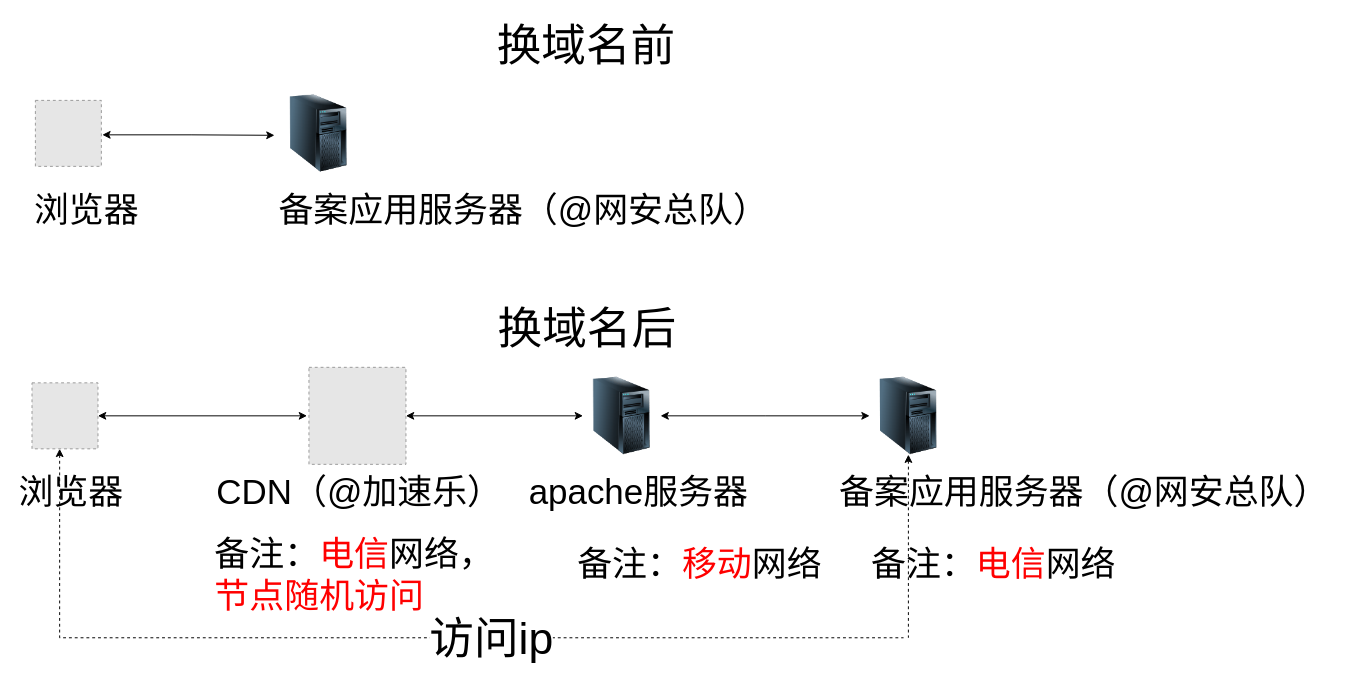
The draw.io diagram 未命名表单.drawio in wilburli/draw, before the edit. Source tidied: cells renumbered, new cells numbered last; positions are measured from the earlier drawing's top-left corner, leaving out a move shared by most shapes. Both pictures are drawn from the tidied source at 97%, with x=0, y=0 at pixel (16, 16). Pictures stored in the file or linked from it are replaced by grey dashed boxes.
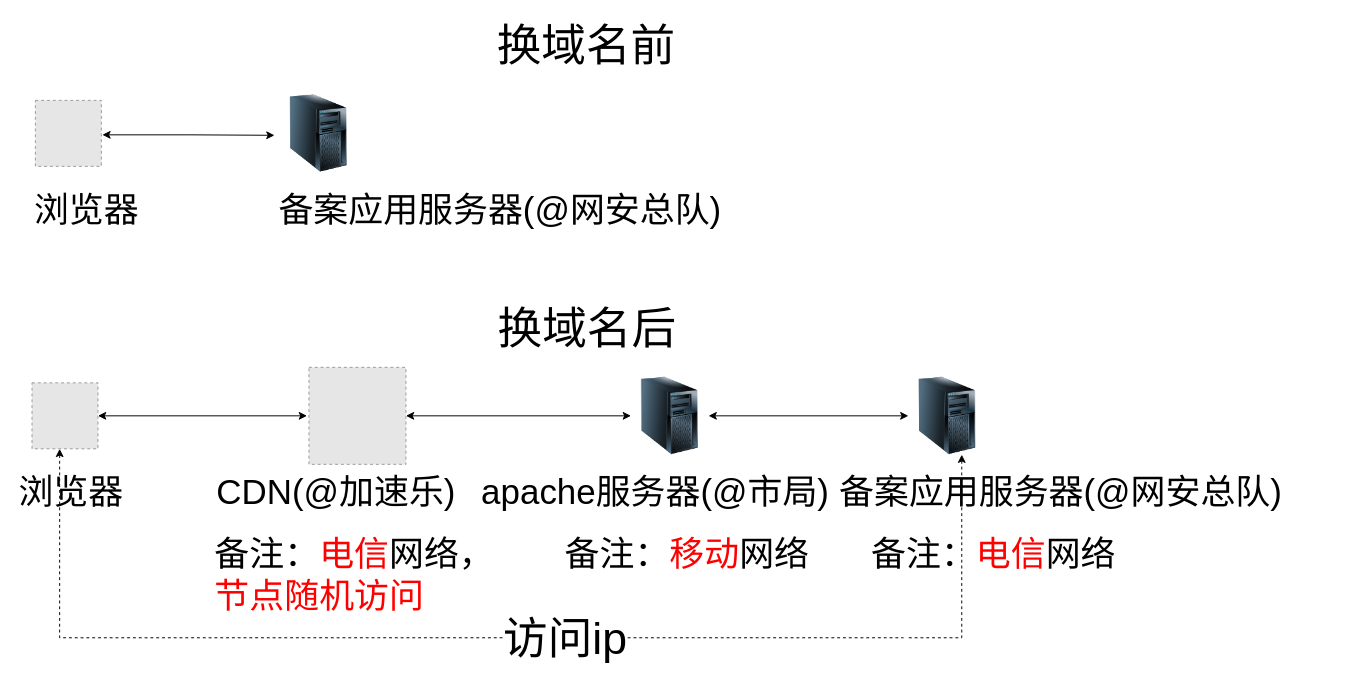
Above is the later version.

Commit message:
更新未命名表单2.drawio

The change refers to these unchanged cells:
```xml
<mxCell id="13" style="edgeStyle=elbowEdgeStyle;rounded=0;jettySize=auto;html=1;startArrow=classic;startFill=1;fontSize=46;endArrow=none;endFill=0;dashed=1;" parent="1" edge="1" source="15">
  <mxGeometry relative="1" as="geometry">
    <mxPoint x="914" y="640" as="targetPoint" />
    <Array as="points">
      <mxPoint x="44" y="660" />
      <mxPoint x="934" y="640" />
      <mxPoint x="964" y="690" />
    </Array>
  </mxGeometry>
</mxCell>
```

What changed in the source:
```diff
@@
-    <mxCell id="2" style="edgeStyle=orthogonalEdgeStyle;rounded=0;jettySize=auto;html=1;startArrow=classic;startFill=1;" parent="1" edge="1" source="3">
-      <mxGeometry relative="1" as="geometry">
-        <mxPoint x="879" y="411.2" as="targetPoint" />
-      </mxGeometry>
+    <mxCell id="2" style="edgeStyle=orthogonalEdgeStyle;rounded=0;jettySize=auto;html=1;startArrow=classic;startFill=1;entryX=0;entryY=0.5;entryDx=0;entryDy=0;" parent="1" edge="1" source="3" target="6">
+      <mxGeometry relative="1" as="geometry" />
     </mxCell>
     <mxCell id="3" style="image;html=1;labelBackgroundColor=#ffffff;image=img/lib/clip_art/computers/Server_Tower_128x128.png;" parent="1" vertex="1">
-      <mxGeometry x="583.5" y="371.2" width="80" height="80" as="geometry" />
+      <mxGeometry x="633" y="371.2" width="80" height="80" as="geometry" />
     </mxCell>
-    <mxCell id="4" value="apache服务器" style="text;html=1;align=left;verticalAlign=top;spacingTop=-4;fontSize=36;" parent="1" vertex="1">
-      <mxGeometry x="526" y="466.2" width="240" height="40" as="geometry" />
+    <mxCell id="4" value="apache服务器(@市局)" style="text;html=1;align=left;verticalAlign=top;spacingTop=-4;fontSize=36;" parent="1" vertex="1">
+      <mxGeometry x="476.5" y="466.2" width="370" height="40" as="geometry" />
     </mxCell>
     <mxCell id="5" style="edgeStyle=elbowEdgeStyle;rounded=0;jettySize=auto;html=1;startArrow=classic;startFill=1;fontSize=46;endArrow=none;endFill=0;dashed=1;" parent="1" edge="1" source="6">
       <mxGeometry relative="1" as="geometry">
         <mxPoint x="919" y="640" as="targetPoint" />
+        <Array as="points">
+          <mxPoint x="974" y="520" />
+        </Array>
       </mxGeometry>
     </mxCell>
     <mxCell id="6" style="image;html=1;labelBackgroundColor=#ffffff;image=img/lib/clip_art/computers/Server_Tower_128x128.png;" parent="1" vertex="1">
-      <mxGeometry x="879" y="371.2" width="80" height="80" as="geometry" />
+      <mxGeometry x="919" y="371.2" width="80" height="80" as="geometry" />
     </mxCell>
-    <mxCell id="7" value="备案应用服务器（@网安总队）" style="text;html=1;align=left;verticalAlign=top;spacingTop=-4;fontSize=36;" parent="1" vertex="1">
-      <mxGeometry x="846" y="466.2" width="520" height="40" as="geometry" />
+    <mxCell id="7" value="备案应用服务器(@网安总队)" style="text;html=1;align=left;verticalAlign=top;spacingTop=-4;fontSize=36;" parent="1" vertex="1">
+      <mxGeometry x="846" y="466.2" width="470" height="40" as="geometry" />
     </mxCell>
@@
-    <mxCell id="10" value="备案应用服务器（@网安总队）" style="text;html=1;align=left;verticalAlign=top;spacingTop=-4;fontSize=36;" parent="1" vertex="1">
-      <mxGeometry x="267.5" y="175" width="300" height="30" as="geometry" />
+    <mxCell id="10" value="备案应用服务器(@网安总队)" style="text;html=1;align=left;verticalAlign=top;spacingTop=-4;fontSize=36;" parent="1" vertex="1">
+      <mxGeometry x="267.5" y="175" width="470" height="40" as="geometry" />
     </mxCell>
@@
     <mxCell id="14" value="访问ip" style="text;html=1;align=center;verticalAlign=middle;labelBackgroundColor=#ffffff;fontSize=46;" parent="13" vertex="1">
-      <mxGeometry x="0.2" relative="1" as="geometry" />
+      <mxGeometry x="0.2" relative="1" as="geometry">
+        <mxPoint x="76" as="offset" />
+      </mxGeometry>
     </mxCell>
@@
-    <mxCell id="22" value="CDN（@加速乐）" style="text;html=1;align=left;verticalAlign=top;spacingTop=-4;fontSize=36;" parent="1" vertex="1">
-      <mxGeometry x="204" y="466.2" width="310" height="40" as="geometry" />
+    <mxCell id="22" value="CDN(@加速乐)" style="text;html=1;align=left;verticalAlign=top;spacingTop=-4;fontSize=36;" parent="1" vertex="1">
+      <mxGeometry x="204" y="466.2" width="260" height="40" as="geometry" />
     </mxCell>
@@
     <mxCell id="24" value="备注：&lt;font color=&quot;#ff0000&quot;&gt;移动&lt;/font&gt;网络" style="text;html=1;align=left;verticalAlign=top;spacingTop=-4;fontSize=36;" parent="1" vertex="1">
-      <mxGeometry x="576" y="540.2" width="270" height="40" as="geometry" />
+      <mxGeometry x="563" y="530.2" width="270" height="40" as="geometry" />
     </mxCell>
     <mxCell id="25" value="备注：&lt;font color=&quot;#ff0000&quot;&gt;电信&lt;/font&gt;网络" style="text;html=1;align=left;verticalAlign=top;spacingTop=-4;fontSize=36;" parent="1" vertex="1">
-      <mxGeometry x="879" y="540.2" width="270" height="40" as="geometry" />
+      <mxGeometry x="879" y="530.2" width="270" height="40" as="geometry" />
     </mxCell>
```
